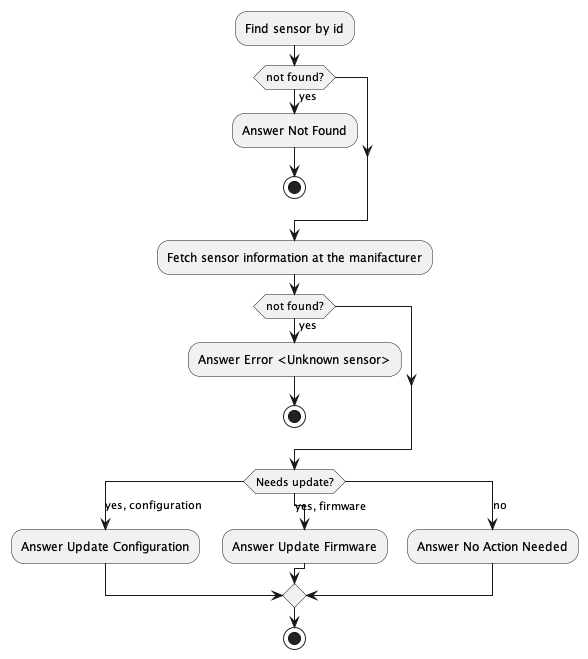
This is docs/images/ActivityDiagramCheckSensorStatus.png from AboutCodingBE/validation-excercise, a PlantUML export, as it was before one commit. Its diagram source:
```plantuml
@startuml

:Find sensor by id;

if (not found?) then (yes)
  :Answer Not Found;
  stop
endif

:Fetch sensor information at the manifacturer;

if (not found?) then (yes)
  :Answer Error <Unknown sensor>;
  stop
endif

switch (Needs update?)
case (yes, configuration)
  :Answer Update Configuration;

case (yes, firmware)
  :Answer Update Firmware;

case (no)
  :Answer No Action Needed;

endswitch

stop
@enduml
```
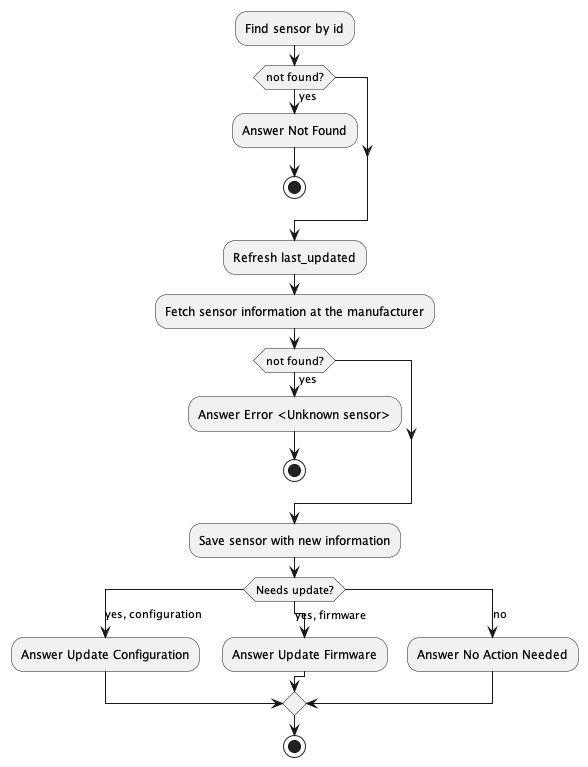
The same file after the commit.

Diff of the diagram source:
```diff
@@ -7,12 +7,17 @@
   stop
 endif
 
-:Fetch sensor information at the manifacturer;
+:Refresh last_updated;
+
+:Fetch sensor information at the manufacturer;
 
 if (not found?) then (yes)
   :Answer Error <Unknown sensor>;
   stop
 endif
+
+:Save sensor with new information;
+
 
 switch (Needs update?)
 case (yes, configuration)
```
